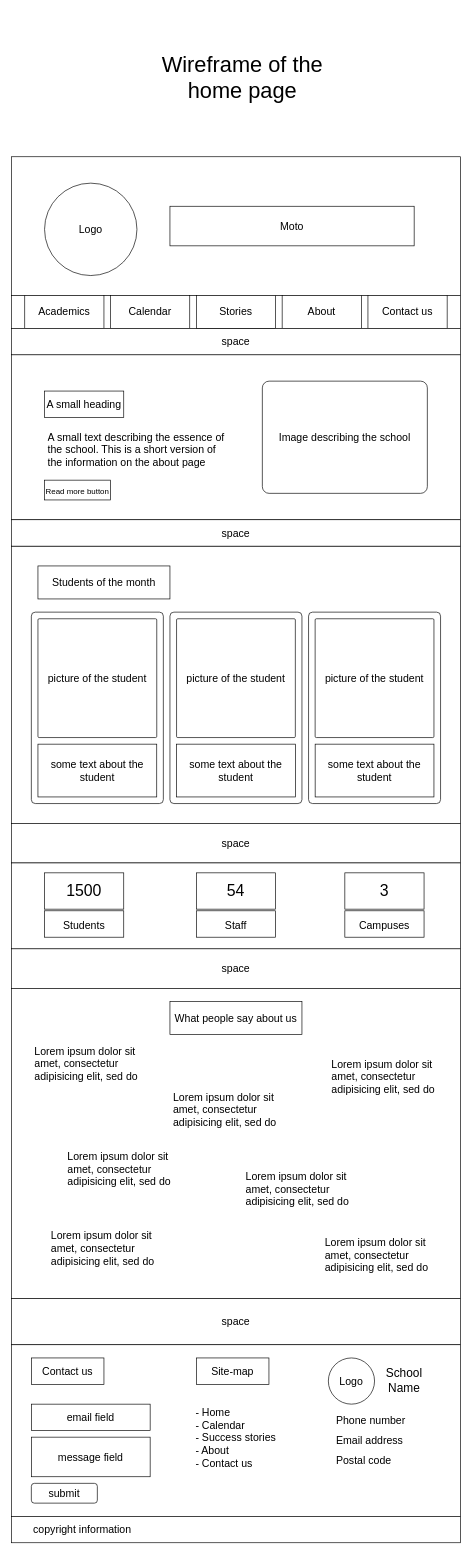
Above: design/homepage_wireframe.drawio in sami-bre/UGR-0848-13 (draw.io), before the change. Source tidied: cells renumbered, new cells numbered last; positions are measured from the earlier drawing's top-left corner, leaving out a move shared by most shapes. Both pictures are drawn from the tidied source at 66%, with x=0, y=0 at pixel (11, 44).
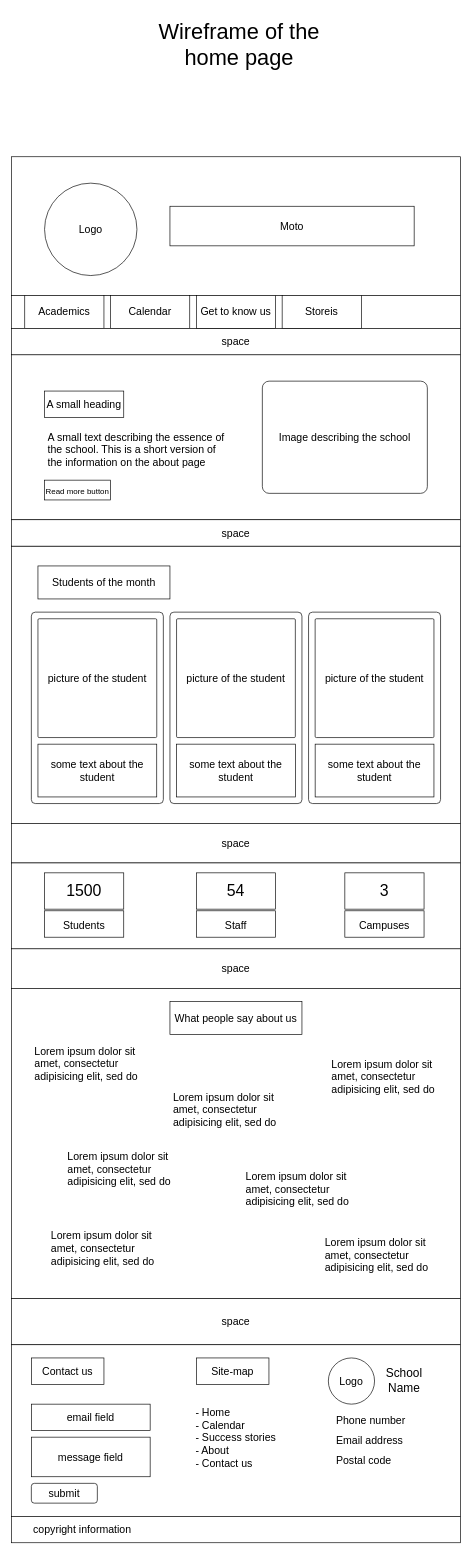
Above is the later version.

Change to the diagram source:
```diff
@@
-    <mxCell id="8" value="About" style="rounded=0;whiteSpace=wrap;html=1;fontSize=16;" parent="1" vertex="1">
-      <mxGeometry x="410" y="380" width="120" height="50" as="geometry" />
-    </mxCell>
-    <mxCell id="9" value="Contact us" style="rounded=0;whiteSpace=wrap;html=1;fontSize=16;" parent="1" vertex="1">
-      <mxGeometry x="540" y="380" width="120" height="50" as="geometry" />
-    </mxCell>
@@
     <mxCell id="52" value="&lt;font style=&quot;font-size: 33px;&quot;&gt;Wireframe of the home page&lt;/font&gt;" style="text;html=1;strokeColor=none;fillColor=none;align=center;verticalAlign=middle;whiteSpace=wrap;rounded=0;fontSize=16;" parent="1" vertex="1">
-      <mxGeometry x="190" width="320" height="100" as="geometry" />
+      <mxGeometry x="185" y="-50" width="320" height="100" as="geometry" />
     </mxCell>
-    <mxCell id="53" value="Stories" style="rounded=0;whiteSpace=wrap;html=1;fontSize=16;" parent="1" vertex="1">
-      <mxGeometry x="280" y="380" width="120" height="50" as="geometry" />
-    </mxCell>
@@
+    <mxCell id="62" value="Get to know us" style="rounded=0;whiteSpace=wrap;html=1;fontSize=16;" parent="1" vertex="1">
+      <mxGeometry x="280" y="380" width="120" height="50" as="geometry" />
+    </mxCell>
+    <mxCell id="63" value="Storeis" style="rounded=0;whiteSpace=wrap;html=1;fontSize=16;" parent="1" vertex="1">
+      <mxGeometry x="410" y="380" width="120" height="50" as="geometry" />
+    </mxCell>
```
